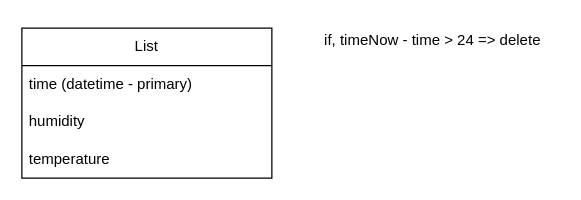
bastiankn/humidity_tracker keeps this draw.io diagram as backend/database.drawio. Above is the earlier version. Source tidied: cells renumbered, new cells numbered last; positions are measured from the earlier drawing's top-left corner, leaving out a move shared by most shapes. Both pictures are drawn from the tidied source at 125%, with x=0, y=0 at pixel (21, 21).
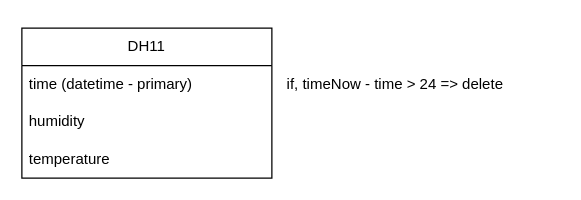
Above is the later version.

Diff of the diagram source:
```diff
@@
 <mxGraphModel>
   <root>
     <mxCell id="0" />
     <mxCell id="1" parent="0" />
-    <mxCell id="2" value="List" style="swimlane;fontStyle=0;horizontal=1;startSize=30;whiteSpace=wrap;html=1;" parent="1" vertex="1">
+    <mxCell id="2" value="DH11" style="swimlane;fontStyle=0;horizontal=1;startSize=30;whiteSpace=wrap;html=1;" parent="1" vertex="1">
       <mxGeometry y="5" width="200" height="120" as="geometry" />
     </mxCell>
     <mxCell id="3" value="time (datetime - primary)" style="text;strokeColor=none;fillColor=none;align=left;verticalAlign=middle;spacingLeft=4;spacingRight=4;overflow=hidden;whiteSpace=wrap;html=1;" parent="2" vertex="1">
       <mxGeometry y="30" width="200" height="30" as="geometry" />
     </mxCell>
     <mxCell id="4" value="humidity" style="text;strokeColor=none;fillColor=none;align=left;verticalAlign=middle;spacingLeft=4;spacingRight=4;overflow=hidden;whiteSpace=wrap;html=1;" parent="2" vertex="1">
       <mxGeometry y="60" width="200" height="30" as="geometry" />
     </mxCell>
     <mxCell id="5" value="temperature" style="text;strokeColor=none;fillColor=none;align=left;verticalAlign=middle;spacingLeft=4;spacingRight=4;overflow=hidden;whiteSpace=wrap;html=1;" parent="2" vertex="1">
       <mxGeometry y="90" width="200" height="30" as="geometry" />
     </mxCell>
     <mxCell id="6" value="if, timeNow - time &amp;gt; 24 =&amp;gt; delete&amp;nbsp;" style="text;html=1;align=center;verticalAlign=middle;strokeColor=none;fillColor=none;" parent="1" vertex="1">
-      <mxGeometry x="230" width="200" height="30" as="geometry" />
+      <mxGeometry x="200" y="35" width="200" height="30" as="geometry" />
     </mxCell>
   </root>
 </mxGraphModel>
```
